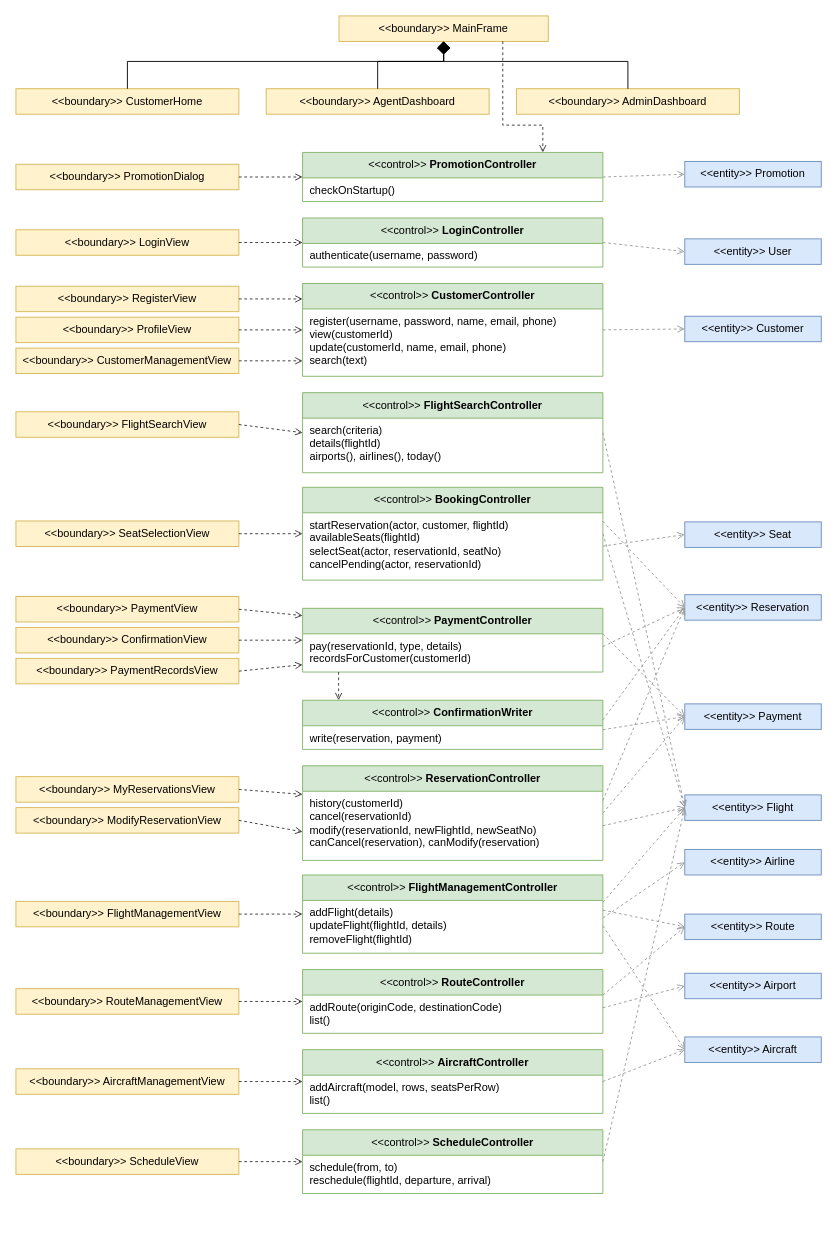
Earlier version of the draw.io diagram docs/diagrams/src/11-class-control-boundary.drawio (satyambhanot/ChinookAir). Source tidied: cells renumbered, new cells numbered last; positions are measured from the earlier drawing's top-left corner, leaving out a move shared by most shapes. Both pictures are drawn from the tidied source at 91%, with x=0, y=0 at pixel (15, 15).
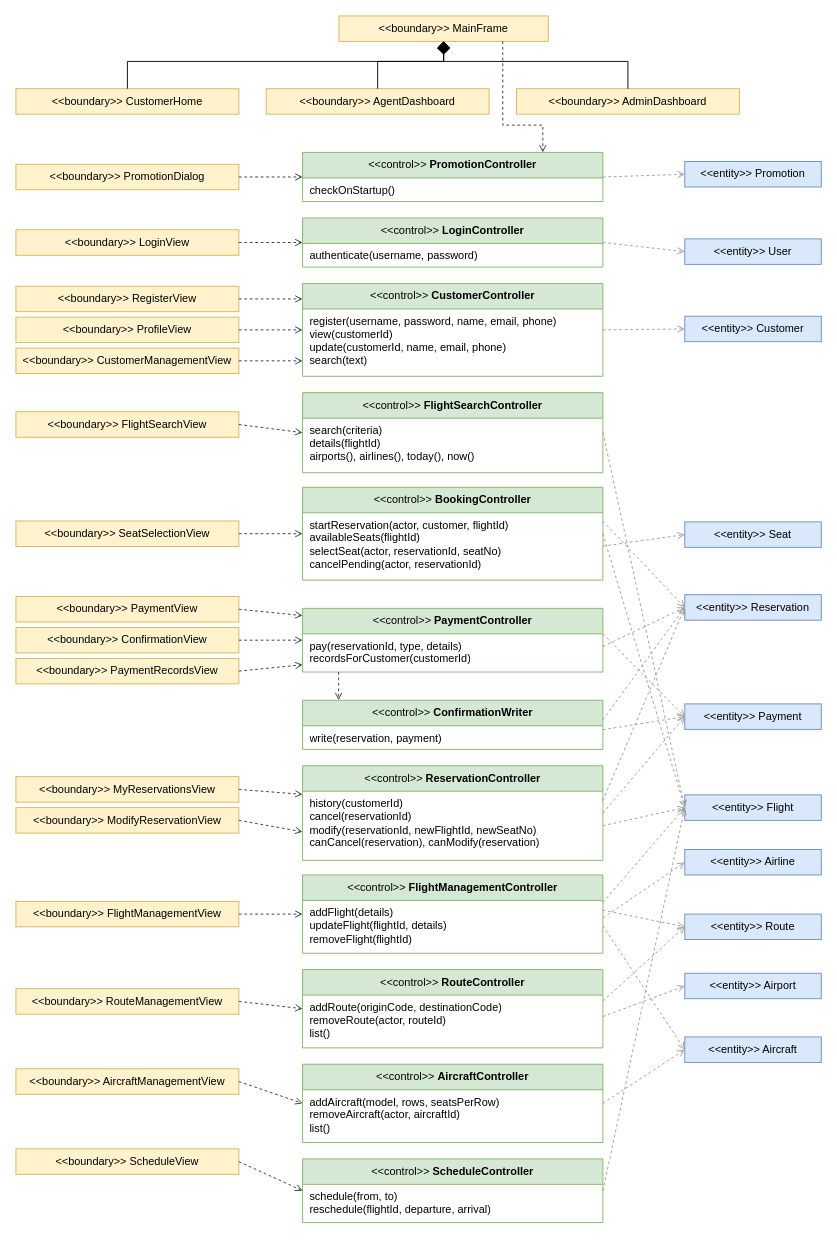
Above is the later version.

The change refers to these unchanged cells:
```xml
<mxCell id="13" value="&amp;lt;&amp;lt;control&amp;gt;&amp;gt; &lt;b&gt;FlightSearchController&lt;/b&gt;" style="swimlane;fontStyle=0;align=center;verticalAlign=middle;horizontal=1;startSize=28;whiteSpace=wrap;html=1;fontFamily=Helvetica;fontSize=12;fillColor=#d5e8d4;strokeColor=#82b366;" parent="1" vertex="1">
  <mxGeometry x="315" y="414" width="330" height="88" as="geometry" />
</mxCell>
```

The edit, as a diff of the source:
```diff
@@
-    <mxCell id="14" value="search(criteria)&lt;br&gt;details(flightId)&lt;br&gt;airports(), airlines(), today()" style="text;strokeColor=none;fillColor=none;align=left;verticalAlign=top;spacingLeft=6;spacingRight=4;overflow=hidden;whiteSpace=wrap;html=1;fontFamily=Helvetica;fontSize=12;" parent="13" vertex="1">
+    <mxCell id="14" value="search(criteria)&lt;br&gt;details(flightId)&lt;br&gt;airports(), airlines(), today(), now()" style="text;strokeColor=none;fillColor=none;align=left;verticalAlign=top;spacingLeft=6;spacingRight=4;overflow=hidden;whiteSpace=wrap;html=1;fontFamily=Helvetica;fontSize=12;" parent="13" vertex="1">
       <mxGeometry y="28" width="330" height="60" as="geometry" />
     </mxCell>
@@
     <mxCell id="33" value="&amp;lt;&amp;lt;control&amp;gt;&amp;gt; &lt;b&gt;RouteController&lt;/b&gt;" style="swimlane;fontStyle=0;align=center;verticalAlign=middle;horizontal=1;startSize=28;whiteSpace=wrap;html=1;fontFamily=Helvetica;fontSize=12;fillColor=#d5e8d4;strokeColor=#82b366;" parent="1" vertex="1">
-      <mxGeometry x="315" y="1048" width="330" height="70" as="geometry" />
+      <mxGeometry x="315" y="1048" width="330" height="86" as="geometry" />
     </mxCell>
-    <mxCell id="34" value="addRoute(originCode, destinationCode)&lt;br&gt;list()" style="text;strokeColor=none;fillColor=none;align=left;verticalAlign=top;spacingLeft=6;spacingRight=4;overflow=hidden;whiteSpace=wrap;html=1;fontFamily=Helvetica;fontSize=12;" parent="33" vertex="1">
-      <mxGeometry y="28" width="330" height="42" as="geometry" />
+    <mxCell id="34" value="addRoute(originCode, destinationCode)&lt;br&gt;removeRoute(actor, routeId)&lt;br&gt;list()" style="text;strokeColor=none;fillColor=none;align=left;verticalAlign=top;spacingLeft=6;spacingRight=4;overflow=hidden;whiteSpace=wrap;html=1;fontFamily=Helvetica;fontSize=12;" parent="33" vertex="1">
+      <mxGeometry y="28" width="330" height="58" as="geometry" />
     </mxCell>
@@
     <mxCell id="36" value="&amp;lt;&amp;lt;control&amp;gt;&amp;gt; &lt;b&gt;AircraftController&lt;/b&gt;" style="swimlane;fontStyle=0;align=center;verticalAlign=middle;horizontal=1;startSize=28;whiteSpace=wrap;html=1;fontFamily=Helvetica;fontSize=12;fillColor=#d5e8d4;strokeColor=#82b366;" parent="1" vertex="1">
-      <mxGeometry x="315" y="1136" width="330" height="70" as="geometry" />
+      <mxGeometry x="315" y="1152" width="330" height="86" as="geometry" />
     </mxCell>
-    <mxCell id="37" value="addAircraft(model, rows, seatsPerRow)&lt;br&gt;list()" style="text;strokeColor=none;fillColor=none;align=left;verticalAlign=top;spacingLeft=6;spacingRight=4;overflow=hidden;whiteSpace=wrap;html=1;fontFamily=Helvetica;fontSize=12;" parent="36" vertex="1">
-      <mxGeometry y="28" width="330" height="42" as="geometry" />
+    <mxCell id="37" value="addAircraft(model, rows, seatsPerRow)&lt;br&gt;removeAircraft(actor, aircraftId)&lt;br&gt;list()" style="text;strokeColor=none;fillColor=none;align=left;verticalAlign=top;spacingLeft=6;spacingRight=4;overflow=hidden;whiteSpace=wrap;html=1;fontFamily=Helvetica;fontSize=12;" parent="36" vertex="1">
+      <mxGeometry y="28" width="330" height="58" as="geometry" />
     </mxCell>
@@
     <mxCell id="39" value="&amp;lt;&amp;lt;control&amp;gt;&amp;gt; &lt;b&gt;ScheduleController&lt;/b&gt;" style="swimlane;fontStyle=0;align=center;verticalAlign=middle;horizontal=1;startSize=28;whiteSpace=wrap;html=1;fontFamily=Helvetica;fontSize=12;fillColor=#d5e8d4;strokeColor=#82b366;" parent="1" vertex="1">
-      <mxGeometry x="315" y="1224" width="330" height="70" as="geometry" />
+      <mxGeometry x="315" y="1256" width="330" height="70" as="geometry" />
     </mxCell>
```
